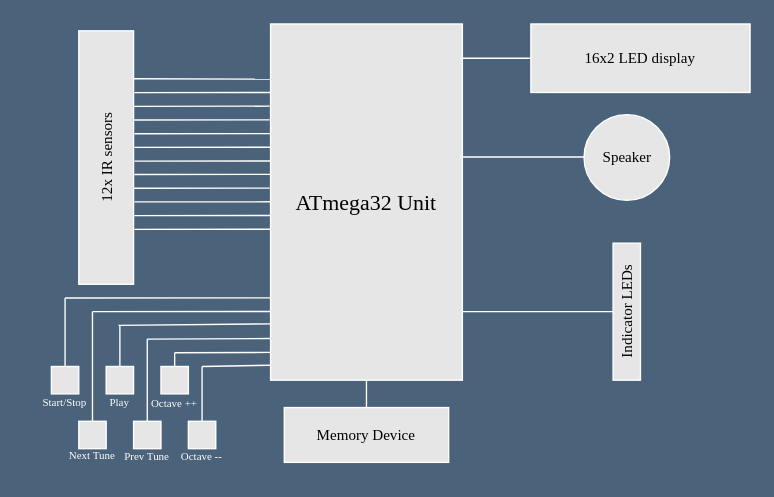
This is project proposal/Block Diagram.drawio from NahianSalsabil/Gesture-Based-Mini-Piano, a draw.io file, before an edit. Source tidied: cells renumbered, new cells numbered last; positions are measured from the earlier drawing's top-left corner, leaving out a move shared by most shapes. Both pictures are drawn from the tidied source at 137%, with x=0, y=0 at pixel (44, 23).
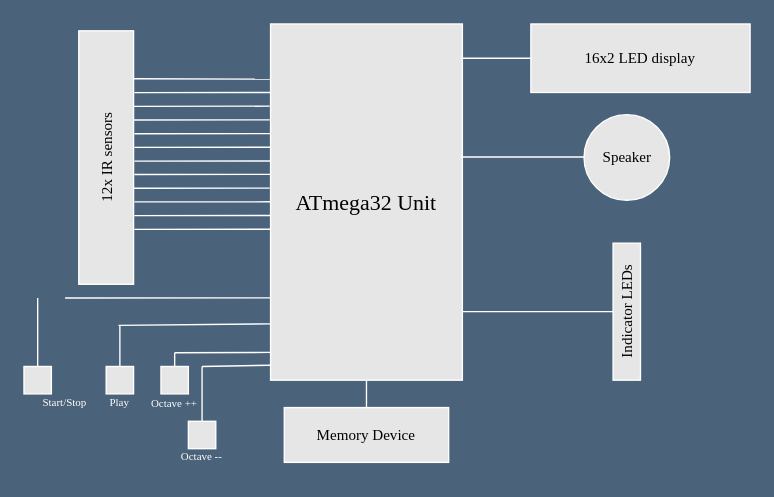
After the change.

Commit message (it also covers changes not shown here):
circuit diagram final

Unchanged cells that the change refers to:
```xml
<mxCell id="18" value="&lt;font style=&quot;font-size: 16px&quot; face=&quot;Times New Roman&quot;&gt;ATmega32 Unit&lt;br&gt;&lt;/font&gt;" style="rounded=0;whiteSpace=wrap;html=1;fillColor=#E6E6E6;strokeColor=#FFFFFF;" parent="1" vertex="1">
  <mxGeometry x="165" width="140" height="260" as="geometry" />
</mxCell>
```

Change to the diagram source:
```diff
@@
     <mxCell id="14" style="whiteSpace=wrap;html=1;fillColor=#E6E6E6;strokeColor=#FFFFFF;" parent="1" vertex="1">
-      <mxGeometry x="5" y="250" width="20" height="20" as="geometry" />
+      <mxGeometry x="-15" y="250" width="20" height="20" as="geometry" />
     </mxCell>
-    <mxCell id="15" style="whiteSpace=wrap;html=1;fillColor=#E6E6E6;strokeColor=#FFFFFF;" parent="1" vertex="1">
-      <mxGeometry x="25" y="290" width="20" height="20" as="geometry" />
-    </mxCell>
@@
-    <mxCell id="17" style="whiteSpace=wrap;html=1;fillColor=#E6E6E6;strokeColor=#FFFFFF;" parent="1" vertex="1">
-      <mxGeometry x="65" y="290" width="20" height="20" as="geometry" />
-    </mxCell>
@@
     <mxCell id="21" style="endArrow=none;html=1;exitX=0.5;exitY=0;exitDx=0;exitDy=0;fontColor=#FFFFFF;strokeColor=#FFFFFF;" parent="1" edge="1" source="14">
       <mxGeometry relative="1" as="geometry">
-        <mxPoint x="15" y="200" as="targetPoint" />
+        <mxPoint x="-5" y="200" as="targetPoint" />
       </mxGeometry>
     </mxCell>
@@
-    <mxCell id="23" style="endArrow=none;html=1;entryX=0;entryY=0.769;entryDx=0;entryDy=0;entryPerimeter=0;fontColor=#FFFFFF;strokeColor=#FFFFFF;" parent="1" edge="1">
-      <mxGeometry relative="1" as="geometry">
-        <mxPoint x="35" y="210" as="sourcePoint" />
-        <mxPoint x="165" y="209.9" as="targetPoint" />
-      </mxGeometry>
-    </mxCell>
-    <mxCell id="24" style="endArrow=none;html=1;exitX=0.5;exitY=0;exitDx=0;exitDy=0;fontColor=#FFFFFF;strokeColor=#FFFFFF;" parent="1" edge="1" source="15">
-      <mxGeometry relative="1" as="geometry">
-        <mxPoint x="35" y="210" as="targetPoint" />
-      </mxGeometry>
-    </mxCell>
@@
-    <mxCell id="27" style="endArrow=none;html=1;fontColor=#FFFFFF;strokeColor=#FFFFFF;" parent="1" edge="1">
-      <mxGeometry relative="1" as="geometry">
-        <mxPoint x="75" y="290" as="sourcePoint" />
-        <mxPoint x="75" y="230" as="targetPoint" />
-      </mxGeometry>
-    </mxCell>
-    <mxCell id="28" style="endArrow=none;html=1;entryX=0;entryY=0.883;entryDx=0;entryDy=0;entryPerimeter=0;fontColor=#FFFFFF;strokeColor=#FFFFFF;" parent="1" edge="1" target="18">
-      <mxGeometry relative="1" as="geometry">
-        <mxPoint x="75" y="230" as="sourcePoint" />
-      </mxGeometry>
-    </mxCell>
@@
-    <mxCell id="45" value="&lt;font style=&quot;font-size: 8px;&quot;&gt;Next Tune&lt;br style=&quot;font-size: 8px;&quot;&gt;&lt;/font&gt;" style="text;html=1;strokeColor=none;fillColor=none;align=center;verticalAlign=middle;whiteSpace=wrap;rounded=0;fontFamily=Times New Roman;fontSize=8;fontColor=#FFFFFF;" parent="1" vertex="1">
-      <mxGeometry x="15" y="310" width="40" height="10" as="geometry" />
-    </mxCell>
-    <mxCell id="46" value="&lt;div style=&quot;font-size: 10px&quot;&gt;&lt;font style=&quot;font-size: 8px&quot;&gt;Prev Tune&lt;/font&gt;&lt;/div&gt;" style="text;html=1;strokeColor=none;fillColor=none;align=center;verticalAlign=middle;whiteSpace=wrap;rounded=0;fontFamily=Times New Roman;fontSize=8;fontColor=#FFFFFF;" parent="1" vertex="1">
-      <mxGeometry x="50" y="310" width="50" height="10" as="geometry" />
-    </mxCell>
+    <mxCell id="50" style="edgeStyle=orthogonalEdgeStyle;rounded=0;orthogonalLoop=1;jettySize=auto;html=1;" parent="1" edge="1">
+      <mxGeometry relative="1" as="geometry">
+        <mxPoint x="75" y="320" as="sourcePoint" />
+        <mxPoint x="75" y="319.8" as="targetPoint" />
+      </mxGeometry>
+    </mxCell>
```
